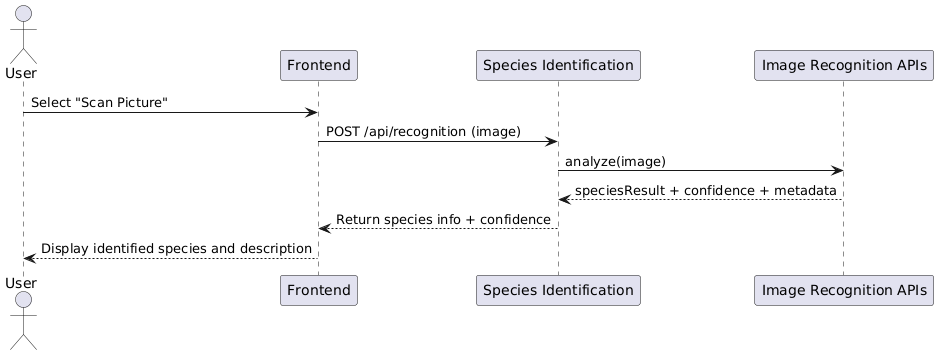
Before: documentation/images/scanPicture.png, a diagram exported from PlantUML (XXLSmile/BioTrack). Source of this version:
```plantuml
@startuml
actor User
participant Frontend
participant "Species Identification" as SpeciesID
participant "Image Recognition APIs" as RecognitionAPI

User -> Frontend : Select "Scan Picture"
Frontend -> SpeciesID : POST /api/recognition (image)
SpeciesID -> RecognitionAPI : analyze(image)
RecognitionAPI --> SpeciesID : speciesResult + confidence + metadata
SpeciesID --> Frontend : Return species info + confidence
Frontend --> User : Display identified species and description
@enduml
```
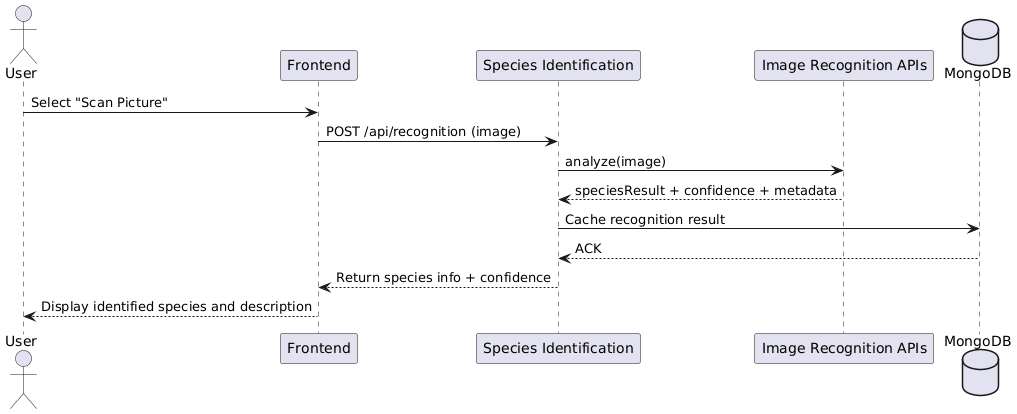
Above is the later version.

What changed in the source:
```diff
@@ -3,11 +3,14 @@
 participant Frontend
 participant "Species Identification" as SpeciesID
 participant "Image Recognition APIs" as RecognitionAPI
+database MongoDB
 
 User -> Frontend : Select "Scan Picture"
 Frontend -> SpeciesID : POST /api/recognition (image)
 SpeciesID -> RecognitionAPI : analyze(image)
 RecognitionAPI --> SpeciesID : speciesResult + confidence + metadata
+SpeciesID -> MongoDB : Cache recognition result
+MongoDB --> SpeciesID : ACK
 SpeciesID --> Frontend : Return species info + confidence
 Frontend --> User : Display identified species and description
 @enduml
```
